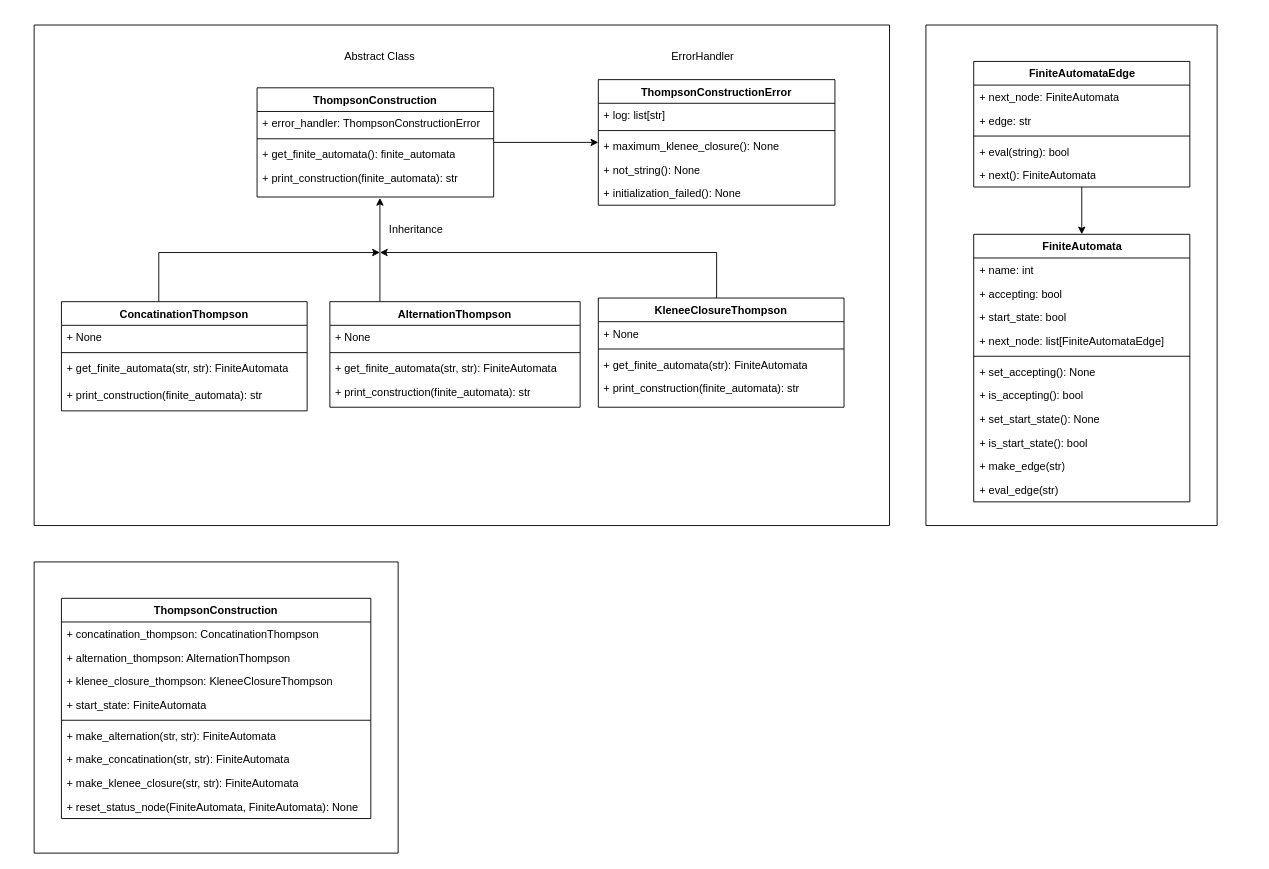
The draw.io diagram docs/ThompsonConstruction_Diagram.drawio in Perpuskita/Ruldani_Scanner_Lexer, before the edit. Source tidied: cells renumbered, new cells numbered last; positions are measured from the earlier drawing's top-left corner, leaving out a move shared by most shapes. Both pictures are drawn from the tidied source at 91%, with x=0, y=0 at pixel (34, 25).
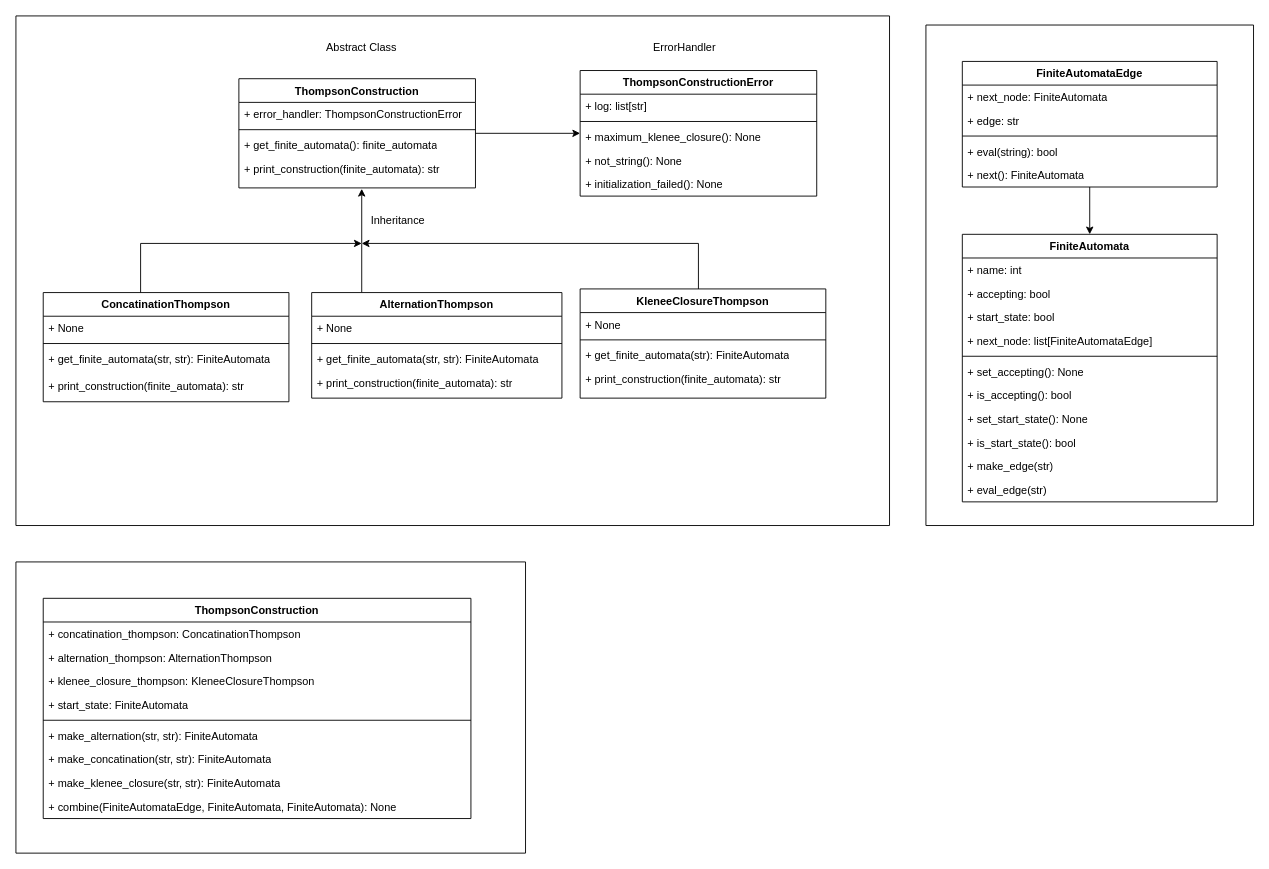
After the change.

The edit, as a diff of the source:
```diff
@@
     <mxCell id="2" style="swimlane;startSize=0;" parent="1" vertex="1">
-      <mxGeometry width="940" height="550" as="geometry" />
+      <mxGeometry x="-20" y="-10" width="960" height="560" as="geometry" />
     </mxCell>
@@
     <mxCell id="36" style="swimlane;startSize=0;" parent="1" vertex="1">
-      <mxGeometry x="980" width="320" height="550" as="geometry" />
+      <mxGeometry x="980" width="360" height="550" as="geometry" />
     </mxCell>
     <mxCell id="37" value="FiniteAutomataEdge" style="swimlane;fontStyle=1;align=center;verticalAlign=top;horizontal=1;startSize=26;whiteSpace=wrap;html=1;" parent="36" vertex="1">
-      <mxGeometry x="52.5" y="40" width="237.5" height="138" as="geometry" />
+      <mxGeometry x="40" y="40" width="280" height="138" as="geometry" />
     </mxCell>
     <mxCell id="38" value="+ next_node: FiniteAutomata" style="text;strokeColor=none;fillColor=none;align=left;verticalAlign=top;spacingLeft=4;spacingRight=4;overflow=hidden;whiteSpace=wrap;html=1;" parent="37" vertex="1">
-      <mxGeometry y="26" width="237.5" height="26" as="geometry" />
+      <mxGeometry y="26" width="280" height="26" as="geometry" />
     </mxCell>
     <mxCell id="39" value="+ edge: str" style="text;strokeColor=none;fillColor=none;align=left;verticalAlign=top;spacingLeft=4;spacingRight=4;overflow=hidden;whiteSpace=wrap;html=1;" parent="37" vertex="1">
-      <mxGeometry y="52" width="237.5" height="26" as="geometry" />
+      <mxGeometry y="52" width="280" height="26" as="geometry" />
     </mxCell>
     <mxCell id="40" style="line;strokeWidth=1;fillColor=none;align=left;verticalAlign=middle;spacingTop=-1;spacingLeft=3;spacingRight=3;labelPosition=right;strokeColor=inherit;" parent="37" vertex="1">
-      <mxGeometry y="78" width="237.5" height="8" as="geometry" />
+      <mxGeometry y="78" width="280" height="8" as="geometry" />
     </mxCell>
     <mxCell id="41" value="+ eval(string): bool" style="text;strokeColor=none;fillColor=none;align=left;verticalAlign=top;spacingLeft=4;spacingRight=4;overflow=hidden;whiteSpace=wrap;html=1;" parent="37" vertex="1">
-      <mxGeometry y="86" width="237.5" height="26" as="geometry" />
+      <mxGeometry y="86" width="280" height="26" as="geometry" />
     </mxCell>
     <mxCell id="42" value="+ next(): FiniteAutomata" style="text;strokeColor=none;fillColor=none;align=left;verticalAlign=top;spacingLeft=4;spacingRight=4;overflow=hidden;whiteSpace=wrap;html=1;" parent="37" vertex="1">
-      <mxGeometry y="112" width="237.5" height="26" as="geometry" />
+      <mxGeometry y="112" width="280" height="26" as="geometry" />
     </mxCell>
     <mxCell id="43" value="FiniteAutomata" style="swimlane;fontStyle=1;align=center;verticalAlign=top;horizontal=1;startSize=26;whiteSpace=wrap;html=1;" parent="36" vertex="1">
-      <mxGeometry x="52.5" y="230" width="237.5" height="294" as="geometry" />
+      <mxGeometry x="40" y="230" width="280" height="294" as="geometry" />
     </mxCell>
     <mxCell id="44" value="+ name: int" style="text;strokeColor=none;fillColor=none;align=left;verticalAlign=top;spacingLeft=4;spacingRight=4;overflow=hidden;whiteSpace=wrap;html=1;" parent="43" vertex="1">
-      <mxGeometry y="26" width="237.5" height="26" as="geometry" />
+      <mxGeometry y="26" width="280" height="26" as="geometry" />
     </mxCell>
     <mxCell id="45" value="+ accepting: bool" style="text;strokeColor=none;fillColor=none;align=left;verticalAlign=top;spacingLeft=4;spacingRight=4;overflow=hidden;whiteSpace=wrap;html=1;" parent="43" vertex="1">
-      <mxGeometry y="52" width="237.5" height="26" as="geometry" />
+      <mxGeometry y="52" width="280" height="26" as="geometry" />
     </mxCell>
     <mxCell id="46" value="+ start_state: bool" style="text;strokeColor=none;fillColor=none;align=left;verticalAlign=top;spacingLeft=4;spacingRight=4;overflow=hidden;whiteSpace=wrap;html=1;" parent="43" vertex="1">
-      <mxGeometry y="78" width="237.5" height="26" as="geometry" />
+      <mxGeometry y="78" width="280" height="26" as="geometry" />
     </mxCell>
     <mxCell id="47" value="+ next_node: list[FiniteAutomataEdge]" style="text;strokeColor=none;fillColor=none;align=left;verticalAlign=top;spacingLeft=4;spacingRight=4;overflow=hidden;whiteSpace=wrap;html=1;" parent="43" vertex="1">
-      <mxGeometry y="104" width="237.5" height="26" as="geometry" />
+      <mxGeometry y="104" width="280" height="26" as="geometry" />
     </mxCell>
     <mxCell id="48" style="line;strokeWidth=1;fillColor=none;align=left;verticalAlign=middle;spacingTop=-1;spacingLeft=3;spacingRight=3;labelPosition=right;strokeColor=inherit;" parent="43" vertex="1">
-      <mxGeometry y="130" width="237.5" height="8" as="geometry" />
+      <mxGeometry y="130" width="280" height="8" as="geometry" />
     </mxCell>
     <mxCell id="49" value="+ set_accepting(): None" style="text;strokeColor=none;fillColor=none;align=left;verticalAlign=top;spacingLeft=4;spacingRight=4;overflow=hidden;whiteSpace=wrap;html=1;" parent="43" vertex="1">
-      <mxGeometry y="138" width="237.5" height="26" as="geometry" />
+      <mxGeometry y="138" width="280" height="26" as="geometry" />
     </mxCell>
     <mxCell id="50" value="+ is_accepting(): bool" style="text;strokeColor=none;fillColor=none;align=left;verticalAlign=top;spacingLeft=4;spacingRight=4;overflow=hidden;whiteSpace=wrap;html=1;" parent="43" vertex="1">
-      <mxGeometry y="164" width="237.5" height="26" as="geometry" />
+      <mxGeometry y="164" width="280" height="26" as="geometry" />
     </mxCell>
     <mxCell id="51" value="+ set_start_state(): None" style="text;strokeColor=none;fillColor=none;align=left;verticalAlign=top;spacingLeft=4;spacingRight=4;overflow=hidden;whiteSpace=wrap;html=1;" parent="43" vertex="1">
-      <mxGeometry y="190" width="237.5" height="26" as="geometry" />
+      <mxGeometry y="190" width="280" height="26" as="geometry" />
     </mxCell>
     <mxCell id="52" value="+ is_start_state(): bool" style="text;strokeColor=none;fillColor=none;align=left;verticalAlign=top;spacingLeft=4;spacingRight=4;overflow=hidden;whiteSpace=wrap;html=1;" parent="43" vertex="1">
-      <mxGeometry y="216" width="237.5" height="26" as="geometry" />
+      <mxGeometry y="216" width="280" height="26" as="geometry" />
     </mxCell>
     <mxCell id="53" value="+ make_edge(str)" style="text;strokeColor=none;fillColor=none;align=left;verticalAlign=top;spacingLeft=4;spacingRight=4;overflow=hidden;whiteSpace=wrap;html=1;" parent="43" vertex="1">
-      <mxGeometry y="242" width="237.5" height="26" as="geometry" />
+      <mxGeometry y="242" width="280" height="26" as="geometry" />
     </mxCell>
     <mxCell id="54" value="+ eval_edge(str)" style="text;strokeColor=none;fillColor=none;align=left;verticalAlign=top;spacingLeft=4;spacingRight=4;overflow=hidden;whiteSpace=wrap;html=1;" parent="43" vertex="1">
-      <mxGeometry y="268" width="237.5" height="26" as="geometry" />
+      <mxGeometry y="268" width="280" height="26" as="geometry" />
     </mxCell>
@@
     <mxCell id="56" style="swimlane;startSize=0;" parent="1" vertex="1">
-      <mxGeometry y="590" width="400" height="320" as="geometry" />
+      <mxGeometry x="-20" y="590" width="560" height="320" as="geometry" />
     </mxCell>
     <mxCell id="57" value="ThompsonConstruction" style="swimlane;fontStyle=1;align=center;verticalAlign=top;horizontal=1;startSize=26;whiteSpace=wrap;html=1;" parent="56" vertex="1">
-      <mxGeometry x="30" y="40" width="340" height="242" as="geometry" />
+      <mxGeometry x="30" y="40" width="470" height="242" as="geometry" />
     </mxCell>
     <mxCell id="58" value="+ concatination_thompson: ConcatinationThompson" style="text;strokeColor=none;fillColor=none;align=left;verticalAlign=top;spacingLeft=4;spacingRight=4;overflow=hidden;whiteSpace=wrap;html=1;" parent="57" vertex="1">
-      <mxGeometry y="26" width="340" height="26" as="geometry" />
+      <mxGeometry y="26" width="470" height="26" as="geometry" />
     </mxCell>
     <mxCell id="59" value="+ alternation_thompson: AlternationThompson" style="text;strokeColor=none;fillColor=none;align=left;verticalAlign=top;spacingLeft=4;spacingRight=4;overflow=hidden;whiteSpace=wrap;html=1;" parent="57" vertex="1">
-      <mxGeometry y="52" width="340" height="26" as="geometry" />
+      <mxGeometry y="52" width="470" height="26" as="geometry" />
     </mxCell>
     <mxCell id="60" value="+ klenee_closure_thompson: KleneeClosureThompson" style="text;strokeColor=none;fillColor=none;align=left;verticalAlign=top;spacingLeft=4;spacingRight=4;overflow=hidden;whiteSpace=wrap;html=1;" parent="57" vertex="1">
-      <mxGeometry y="78" width="340" height="26" as="geometry" />
+      <mxGeometry y="78" width="470" height="26" as="geometry" />
     </mxCell>
     <mxCell id="61" value="+ start_state: FiniteAutomata" style="text;strokeColor=none;fillColor=none;align=left;verticalAlign=top;spacingLeft=4;spacingRight=4;overflow=hidden;whiteSpace=wrap;html=1;" parent="57" vertex="1">
-      <mxGeometry y="104" width="340" height="26" as="geometry" />
+      <mxGeometry y="104" width="470" height="26" as="geometry" />
     </mxCell>
     <mxCell id="62" style="line;strokeWidth=1;fillColor=none;align=left;verticalAlign=middle;spacingTop=-1;spacingLeft=3;spacingRight=3;labelPosition=right;strokeColor=inherit;" parent="57" vertex="1">
-      <mxGeometry y="130" width="340" height="8" as="geometry" />
+      <mxGeometry y="130" width="470" height="8" as="geometry" />
     </mxCell>
     <mxCell id="63" value="+ make_alternation(str, str): FiniteAutomata" style="text;strokeColor=none;fillColor=none;align=left;verticalAlign=top;spacingLeft=4;spacingRight=4;overflow=hidden;whiteSpace=wrap;html=1;" parent="57" vertex="1">
-      <mxGeometry y="138" width="340" height="26" as="geometry" />
+      <mxGeometry y="138" width="470" height="26" as="geometry" />
     </mxCell>
     <mxCell id="64" value="+ make_concatination(str, str): FiniteAutomata" style="text;strokeColor=none;fillColor=none;align=left;verticalAlign=top;spacingLeft=4;spacingRight=4;overflow=hidden;whiteSpace=wrap;html=1;" parent="57" vertex="1">
-      <mxGeometry y="164" width="340" height="26" as="geometry" />
+      <mxGeometry y="164" width="470" height="26" as="geometry" />
     </mxCell>
     <mxCell id="65" value="+ make_klenee_closure(str, str): FiniteAutomata" style="text;strokeColor=none;fillColor=none;align=left;verticalAlign=top;spacingLeft=4;spacingRight=4;overflow=hidden;whiteSpace=wrap;html=1;" parent="57" vertex="1">
-      <mxGeometry y="190" width="340" height="26" as="geometry" />
+      <mxGeometry y="190" width="470" height="26" as="geometry" />
     </mxCell>
-    <mxCell id="66" value="+ reset_status_node(FiniteAutomata, FiniteAutomata): None" style="text;strokeColor=none;fillColor=none;align=left;verticalAlign=top;spacingLeft=4;spacingRight=4;overflow=hidden;whiteSpace=wrap;html=1;" parent="57" vertex="1">
-      <mxGeometry y="216" width="340" height="26" as="geometry" />
+    <mxCell id="66" value="+ combine(FiniteAutomataEdge, FiniteAutomata, FiniteAutomata): None" style="text;strokeColor=none;fillColor=none;align=left;verticalAlign=top;spacingLeft=4;spacingRight=4;overflow=hidden;whiteSpace=wrap;html=1;" parent="57" vertex="1">
+      <mxGeometry y="216" width="470" height="26" as="geometry" />
     </mxCell>
```
